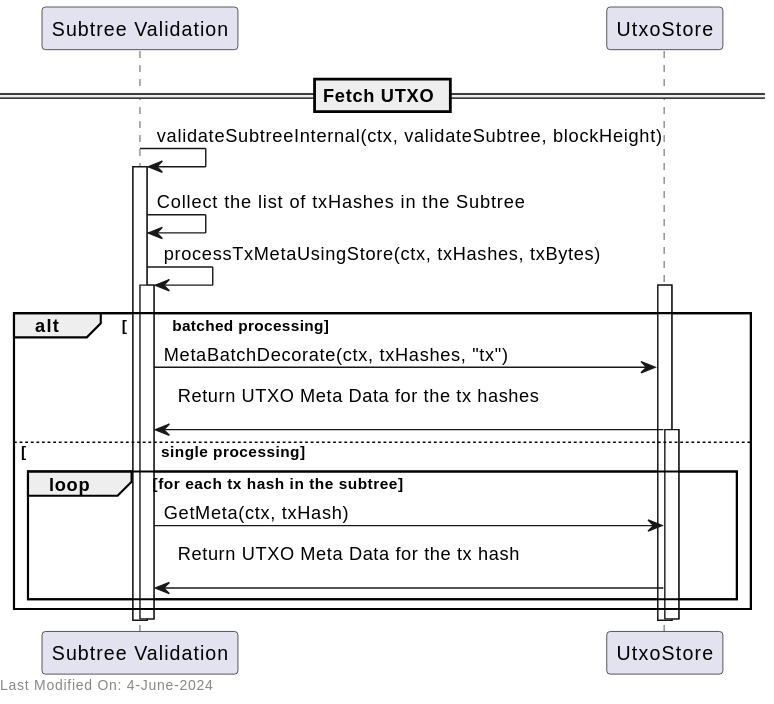
Before: docs/services/img/plantuml/utxo/utxo_subtree_validation_service_diagram.svg, a diagram exported from PlantUML (freemans13/teranode). Its source is kept beside it as docs/services/img/plantuml/utxo/utxo_subtree_validation_service_diagram.puml.
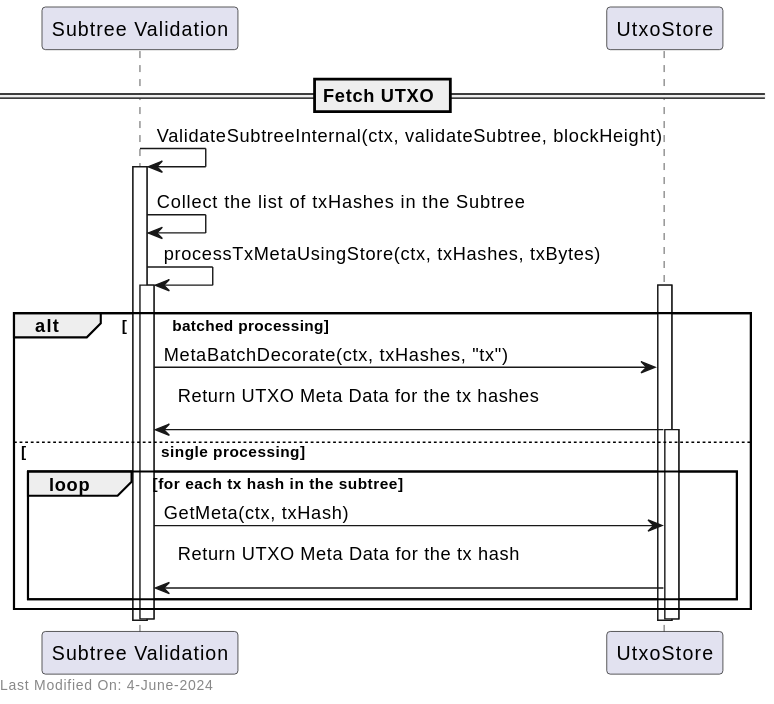
The same diagram one commit later.

Diff of the diagram source:
```diff
@@ -3,7 +3,7 @@
 participant "UtxoStore" as UtxoStore
 
 == Fetch UTXO ==
-SubtreeValidation -> SubtreeValidation: validateSubtreeInternal(ctx, validateSubtree, blockHeight)
+SubtreeValidation -> SubtreeValidation: ValidateSubtreeInternal(ctx, validateSubtree, blockHeight)
 activate SubtreeValidation
 
 SubtreeValidation -> SubtreeValidation: Collect the list of txHashes in the Subtree
```
